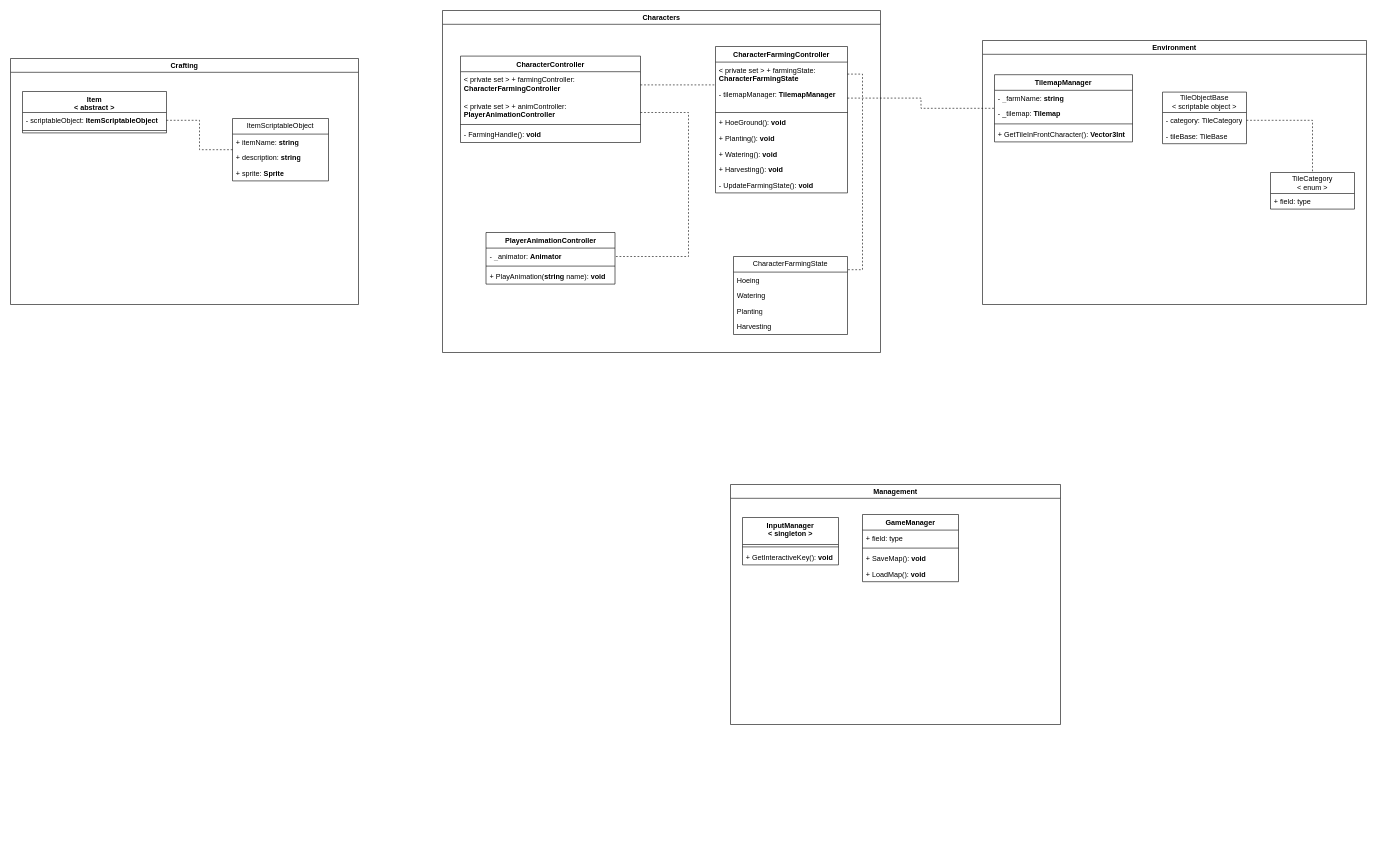
linhh563/sunny-fields keeps this draw.io diagram as page "draft_farming" (3 of 4) of Document/Diagrams/sunny_field_classes.drawio. Above is the earlier version. Source tidied: cells renumbered, new cells numbered last; positions are measured from the earlier drawing's top-left corner, leaving out a move shared by most shapes. Both pictures are drawn from the tidied source at 60%, with x=0, y=0 at pixel (10, 10).
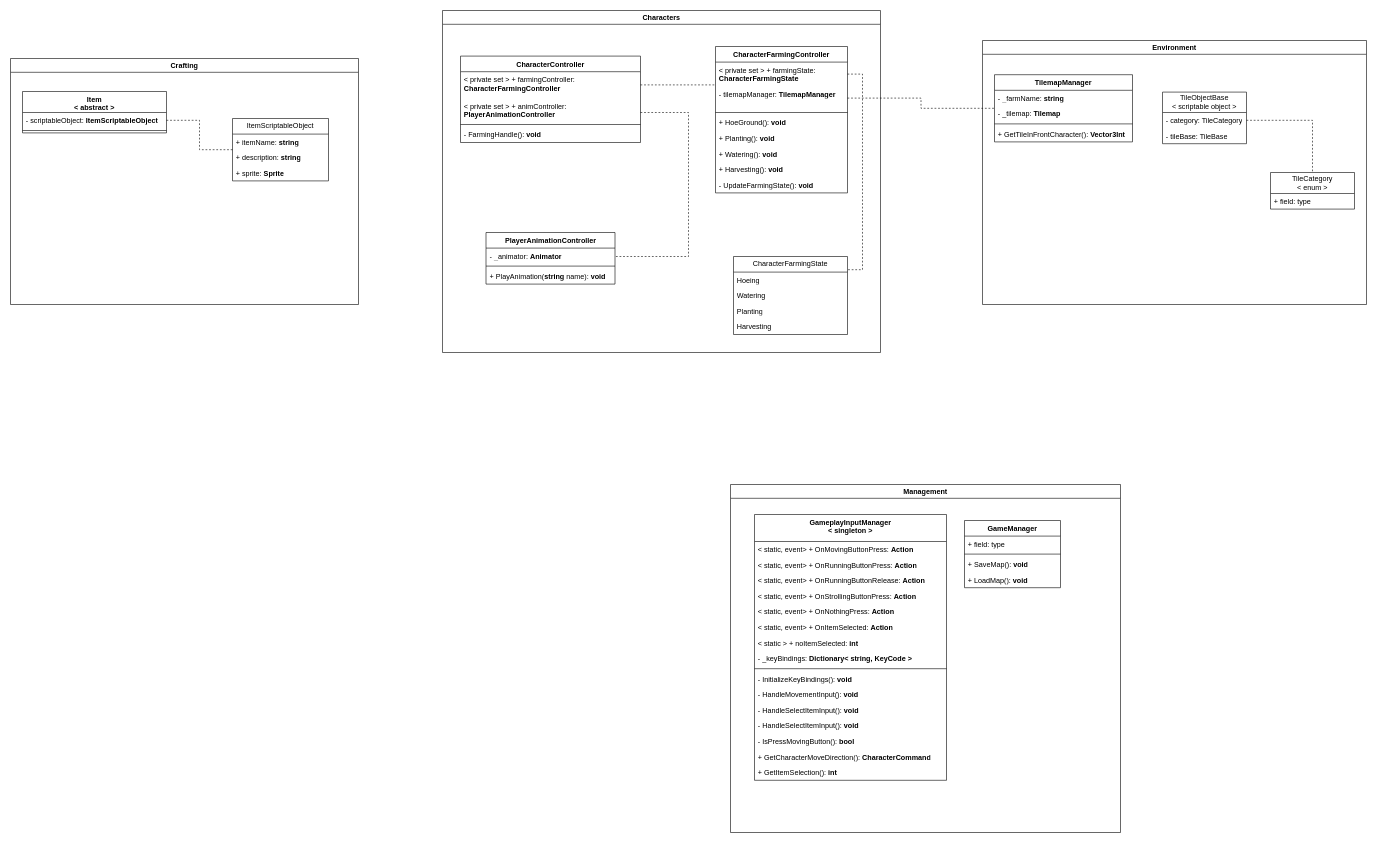
The same diagram, later.

What changed in the source:
```diff
@@
     <mxCell id="41" value="Management" style="swimlane;whiteSpace=wrap;html=1;" parent="1" vertex="1">
-      <mxGeometry x="1200" y="790" width="550" height="400" as="geometry" />
+      <mxGeometry x="1200" y="790" width="650" height="580" as="geometry" />
     </mxCell>
-    <mxCell id="42" value="InputManager&lt;div&gt;&amp;lt; singleton &amp;gt;&lt;/div&gt;" style="swimlane;fontStyle=1;align=center;verticalAlign=top;horizontal=1;startSize=45;whiteSpace=wrap;html=1;" parent="41" vertex="1">
-      <mxGeometry x="20" y="55" width="160" height="79" as="geometry" />
-    </mxCell>
-    <mxCell id="43" style="line;strokeWidth=1;fillColor=none;align=left;verticalAlign=middle;spacingTop=-1;spacingLeft=3;spacingRight=3;labelPosition=right;strokeColor=inherit;" parent="42" vertex="1">
-      <mxGeometry y="45" width="160" height="8" as="geometry" />
-    </mxCell>
-    <mxCell id="44" value="+ GetInteractiveKey(): &lt;b&gt;void&lt;/b&gt;" style="text;strokeColor=none;fillColor=none;align=left;verticalAlign=top;spacingLeft=4;spacingRight=4;overflow=hidden;whiteSpace=wrap;html=1;" parent="42" vertex="1">
-      <mxGeometry y="53" width="160" height="26" as="geometry" />
-    </mxCell>
     <mxCell id="45" value="GameManager" style="swimlane;fontStyle=1;align=center;verticalAlign=top;horizontal=1;startSize=26;whiteSpace=wrap;html=1;" parent="41" vertex="1">
-      <mxGeometry x="220" y="50" width="160" height="112" as="geometry" />
+      <mxGeometry x="390" y="60" width="160" height="112" as="geometry" />
     </mxCell>
@@
+    <mxCell id="60" value="GameplayInputManager&lt;div&gt;&amp;lt; singleton &amp;gt;&lt;/div&gt;" style="swimlane;fontStyle=1;align=center;verticalAlign=top;horizontal=1;startSize=45;whiteSpace=wrap;html=1;" parent="41" vertex="1">
+      <mxGeometry x="40" y="50" width="320" height="443" as="geometry" />
+    </mxCell>
+    <mxCell id="61" value="&amp;lt; static, event&amp;gt; + OnMovingButtonPress: &lt;b&gt;Action&lt;/b&gt;" style="text;strokeColor=none;fillColor=none;align=left;verticalAlign=top;spacingLeft=4;spacingRight=4;overflow=hidden;whiteSpace=wrap;html=1;" parent="60" vertex="1">
+      <mxGeometry y="45" width="320" height="26" as="geometry" />
+    </mxCell>
+    <mxCell id="62" value="&amp;lt; static, event&amp;gt; + OnRunningButtonPress: &lt;b&gt;Action&lt;/b&gt;" style="text;strokeColor=none;fillColor=none;align=left;verticalAlign=top;spacingLeft=4;spacingRight=4;overflow=hidden;whiteSpace=wrap;html=1;" parent="60" vertex="1">
+      <mxGeometry y="71" width="320" height="26" as="geometry" />
+    </mxCell>
+    <mxCell id="63" value="&amp;lt; static, event&amp;gt; + OnRunningButtonRelease: &lt;b&gt;Action&lt;/b&gt;" style="text;strokeColor=none;fillColor=none;align=left;verticalAlign=top;spacingLeft=4;spacingRight=4;overflow=hidden;whiteSpace=wrap;html=1;" parent="60" vertex="1">
+      <mxGeometry y="97" width="320" height="26" as="geometry" />
+    </mxCell>
+    <mxCell id="64" value="&amp;lt; static, event&amp;gt; + OnStrollingButtonPress: &lt;b&gt;Action&lt;/b&gt;" style="text;strokeColor=none;fillColor=none;align=left;verticalAlign=top;spacingLeft=4;spacingRight=4;overflow=hidden;whiteSpace=wrap;html=1;" parent="60" vertex="1">
+      <mxGeometry y="123" width="320" height="26" as="geometry" />
+    </mxCell>
+    <mxCell id="65" value="&amp;lt; static, event&amp;gt; + OnNothingPress: &lt;b&gt;Action&lt;/b&gt;" style="text;strokeColor=none;fillColor=none;align=left;verticalAlign=top;spacingLeft=4;spacingRight=4;overflow=hidden;whiteSpace=wrap;html=1;" parent="60" vertex="1">
+      <mxGeometry y="149" width="320" height="26" as="geometry" />
+    </mxCell>
+    <mxCell id="66" value="&amp;lt; static, event&amp;gt; + OnItemSelected: &lt;b&gt;Action&lt;/b&gt;" style="text;strokeColor=none;fillColor=none;align=left;verticalAlign=top;spacingLeft=4;spacingRight=4;overflow=hidden;whiteSpace=wrap;html=1;" parent="60" vertex="1">
+      <mxGeometry y="175" width="320" height="26" as="geometry" />
+    </mxCell>
+    <mxCell id="67" value="&amp;lt; static &amp;gt; + noItemSelected: &lt;b&gt;int&lt;/b&gt;" style="text;strokeColor=none;fillColor=none;align=left;verticalAlign=top;spacingLeft=4;spacingRight=4;overflow=hidden;whiteSpace=wrap;html=1;" parent="60" vertex="1">
+      <mxGeometry y="201" width="320" height="26" as="geometry" />
+    </mxCell>
+    <mxCell id="68" value="- _keyBindings: &lt;b&gt;Dictionary&amp;lt; string, KeyCode &amp;gt;&lt;/b&gt;" style="text;strokeColor=none;fillColor=none;align=left;verticalAlign=top;spacingLeft=4;spacingRight=4;overflow=hidden;whiteSpace=wrap;html=1;" parent="60" vertex="1">
+      <mxGeometry y="227" width="320" height="26" as="geometry" />
+    </mxCell>
+    <mxCell id="69" style="line;strokeWidth=1;fillColor=none;align=left;verticalAlign=middle;spacingTop=-1;spacingLeft=3;spacingRight=3;labelPosition=right;strokeColor=inherit;" parent="60" vertex="1">
+      <mxGeometry y="253" width="320" height="8" as="geometry" />
+    </mxCell>
+    <mxCell id="70" value="- InitializeKeyBindings(): &lt;b&gt;void&lt;/b&gt;" style="text;strokeColor=none;fillColor=none;align=left;verticalAlign=top;spacingLeft=4;spacingRight=4;overflow=hidden;whiteSpace=wrap;html=1;" parent="60" vertex="1">
+      <mxGeometry y="261" width="320" height="26" as="geometry" />
+    </mxCell>
+    <mxCell id="71" value="- HandleMovementInput(): &lt;b&gt;void&lt;/b&gt;" style="text;strokeColor=none;fillColor=none;align=left;verticalAlign=top;spacingLeft=4;spacingRight=4;overflow=hidden;whiteSpace=wrap;html=1;" parent="60" vertex="1">
+      <mxGeometry y="287" width="320" height="26" as="geometry" />
+    </mxCell>
+    <mxCell id="72" value="- HandleSelectItemInput():&amp;nbsp;&lt;b&gt;void&lt;/b&gt;" style="text;strokeColor=none;fillColor=none;align=left;verticalAlign=top;spacingLeft=4;spacingRight=4;overflow=hidden;whiteSpace=wrap;html=1;" parent="60" vertex="1">
+      <mxGeometry y="313" width="320" height="26" as="geometry" />
+    </mxCell>
+    <mxCell id="73" value="- HandleSelectItemInput(): &lt;b&gt;void&lt;/b&gt;" style="text;strokeColor=none;fillColor=none;align=left;verticalAlign=top;spacingLeft=4;spacingRight=4;overflow=hidden;whiteSpace=wrap;html=1;" parent="60" vertex="1">
+      <mxGeometry y="339" width="320" height="26" as="geometry" />
+    </mxCell>
+    <mxCell id="74" value="- IsPressMovingButton(): &lt;b&gt;bool&lt;/b&gt;" style="text;strokeColor=none;fillColor=none;align=left;verticalAlign=top;spacingLeft=4;spacingRight=4;overflow=hidden;whiteSpace=wrap;html=1;" parent="60" vertex="1">
+      <mxGeometry y="365" width="320" height="26" as="geometry" />
+    </mxCell>
+    <mxCell id="75" value="+ GetCharacterMoveDirection(): &lt;b&gt;CharacterCommand&lt;/b&gt;" style="text;strokeColor=none;fillColor=none;align=left;verticalAlign=top;spacingLeft=4;spacingRight=4;overflow=hidden;whiteSpace=wrap;html=1;" parent="60" vertex="1">
+      <mxGeometry y="391" width="320" height="26" as="geometry" />
+    </mxCell>
+    <mxCell id="76" value="+ GetItemSelection(): &lt;b&gt;int&lt;/b&gt;" style="text;strokeColor=none;fillColor=none;align=left;verticalAlign=top;spacingLeft=4;spacingRight=4;overflow=hidden;whiteSpace=wrap;html=1;" parent="60" vertex="1">
+      <mxGeometry y="417" width="320" height="26" as="geometry" />
+    </mxCell>
```
